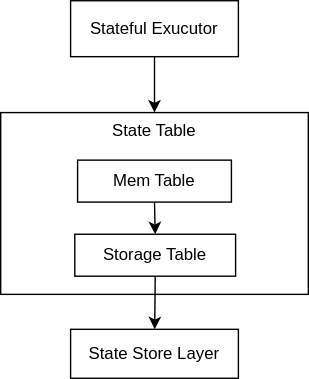
This is docs/images/relational-table-layer/relational-table-01.svg from risingwavelabs/risingwave, a draw.io export, as it was before one commit. Source tidied: cells renumbered, new cells last; positions are measured from the earlier drawing's top-left corner, leaving out a move shared by most shapes.
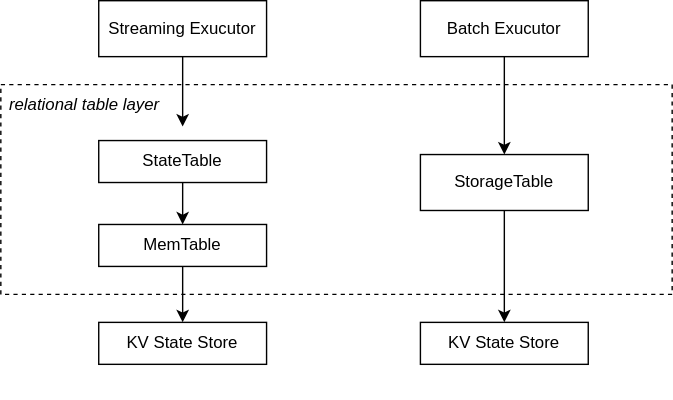
After the commit.

Change to the diagram source:
```diff
@@ -2,35 +2,57 @@
   <root>
     <mxCell id="0" />
     <mxCell id="1" parent="0" />
+    <mxCell id="12" style="rounded=0;whiteSpace=wrap;html=1;dashed=1;" parent="1" vertex="1">
+      <mxGeometry x="-20" y="60" width="480" height="150" as="geometry" />
+    </mxCell>
-    <mxCell id="2" style="edgeStyle=orthogonalEdgeStyle;rounded=0;jettySize=auto;html=1;exitX=0.5;exitY=1;exitDx=0;exitDy=0;" parent="1" edge="1" source="3" target="4">
-      <mxGeometry relative="1" as="geometry" />
+    <mxCell id="2" style="edgeStyle=orthogonalEdgeStyle;rounded=0;jettySize=auto;html=1;exitX=0.5;exitY=1;exitDx=0;exitDy=0;" parent="1" edge="1" source="3">
+      <mxGeometry relative="1" as="geometry">
+        <mxPoint x="110" y="90" as="targetPoint" />
+      </mxGeometry>
     </mxCell>
-    <mxCell id="3" value="Stateful Exucutor" style="rounded=0;whiteSpace=wrap;html=1;" parent="1" vertex="1">
+    <mxCell id="3" value="Streaming Exucutor" style="rounded=0;whiteSpace=wrap;html=1;" parent="1" vertex="1">
       <mxGeometry x="50" width="120" height="40" as="geometry" />
     </mxCell>
-    <mxCell id="4" style="rounded=0;whiteSpace=wrap;html=1;" parent="1" vertex="1">
-      <mxGeometry y="80" width="220" height="130" as="geometry" />
-    </mxCell>
-    <mxCell id="5" value="Mem Table" style="rounded=0;whiteSpace=wrap;html=1;" parent="1" vertex="1">
-      <mxGeometry x="55" y="114" width="110" height="30" as="geometry" />
-    </mxCell>
-    <mxCell id="6" value="Storage Table" style="rounded=0;whiteSpace=wrap;html=1;" parent="1" vertex="1">
-      <mxGeometry x="53" y="167" width="115" height="30" as="geometry" />
-    </mxCell>
-    <mxCell id="7" value="State Table" style="text;html=1;strokeColor=none;fillColor=none;align=center;verticalAlign=middle;whiteSpace=wrap;rounded=0;" parent="1" vertex="1">
-      <mxGeometry x="70" y="83" width="80" height="20" as="geometry" />
-    </mxCell>
-    <mxCell id="8" value="State Store Layer" style="rounded=0;whiteSpace=wrap;html=1;" parent="1" vertex="1">
-      <mxGeometry x="50" y="235" width="120" height="35" as="geometry" />
-    </mxCell>
-    <mxCell id="9" style="edgeStyle=orthogonalEdgeStyle;rounded=0;orthogonalLoop=1;jettySize=auto;html=1;exitX=0.5;exitY=1;exitDx=0;exitDy=0;" parent="1" edge="1" source="6" target="6">
-      <mxGeometry relative="1" as="geometry" />
+    <mxCell id="9" style="edgeStyle=orthogonalEdgeStyle;rounded=0;orthogonalLoop=1;jettySize=auto;html=1;exitX=0.5;exitY=1;exitDx=0;exitDy=0;" parent="1" edge="1">
+      <mxGeometry relative="1" as="geometry">
+        <mxPoint x="110.5" y="277" as="sourcePoint" />
+        <mxPoint x="110.5" y="277" as="targetPoint" />
+      </mxGeometry>
     </mxCell>
-    <mxCell id="10" style="endArrow=classic;html=1;rounded=0;exitX=0.5;exitY=1;exitDx=0;exitDy=0;entryX=0.5;entryY=0;entryDx=0;entryDy=0;" parent="1" edge="1" source="5" target="6">
-      <mxGeometry relative="1" as="geometry" />
-    </mxCell>
-    <mxCell id="11" style="endArrow=classic;html=1;rounded=0;exitX=0.5;exitY=1;exitDx=0;exitDy=0;" parent="1" edge="1" source="6" target="8">
-      <mxGeometry relative="1" as="geometry" />
-    </mxCell>
+    <mxCell id="13" style="edgeStyle=orthogonalEdgeStyle;rounded=0;jettySize=auto;html=1;exitX=0.5;exitY=1;exitDx=0;exitDy=0;entryX=0.5;entryY=0;entryDx=0;entryDy=0;" parent="1" edge="1" source="14" target="16">
+      <mxGeometry relative="1" as="geometry" />
+    </mxCell>
+    <mxCell id="14" value="StateTable" style="rounded=0;whiteSpace=wrap;html=1;" parent="1" vertex="1">
+      <mxGeometry x="50" y="100" width="120" height="30" as="geometry" />
+    </mxCell>
+    <mxCell id="15" style="edgeStyle=orthogonalEdgeStyle;rounded=0;jettySize=auto;html=1;exitX=0.5;exitY=1;exitDx=0;exitDy=0;" parent="1" edge="1" source="16">
+      <mxGeometry relative="1" as="geometry">
+        <mxPoint x="110" y="230" as="targetPoint" />
+      </mxGeometry>
+    </mxCell>
+    <mxCell id="16" value="MemTable" style="rounded=0;whiteSpace=wrap;html=1;" parent="1" vertex="1">
+      <mxGeometry x="50" y="160" width="120" height="30" as="geometry" />
+    </mxCell>
+    <mxCell id="17" value="KV State Store" style="rounded=0;whiteSpace=wrap;html=1;" parent="1" vertex="1">
+      <mxGeometry x="50" y="230" width="120" height="30" as="geometry" />
+    </mxCell>
+    <mxCell id="18" style="edgeStyle=orthogonalEdgeStyle;rounded=0;jettySize=auto;html=1;exitX=0.5;exitY=1;exitDx=0;exitDy=0;entryX=0.5;entryY=0;entryDx=0;entryDy=0;" parent="1" edge="1" source="19" target="21">
+      <mxGeometry relative="1" as="geometry" />
+    </mxCell>
+    <mxCell id="19" value="Batch Exucutor" style="rounded=0;whiteSpace=wrap;html=1;" parent="1" vertex="1">
+      <mxGeometry x="280" width="120" height="40" as="geometry" />
+    </mxCell>
+    <mxCell id="20" style="edgeStyle=orthogonalEdgeStyle;rounded=0;jettySize=auto;html=1;exitX=0.5;exitY=1;exitDx=0;exitDy=0;entryX=0.5;entryY=0;entryDx=0;entryDy=0;" parent="1" edge="1" source="21" target="22">
+      <mxGeometry relative="1" as="geometry" />
+    </mxCell>
+    <mxCell id="21" value="StorageTable" style="rounded=0;whiteSpace=wrap;html=1;" parent="1" vertex="1">
+      <mxGeometry x="280" y="110" width="120" height="40" as="geometry" />
+    </mxCell>
+    <mxCell id="22" value="KV State Store" style="rounded=0;whiteSpace=wrap;html=1;" parent="1" vertex="1">
+      <mxGeometry x="280" y="230" width="120" height="30" as="geometry" />
+    </mxCell>
+    <mxCell id="23" value="&lt;i&gt;relational table layer&lt;/i&gt;" style="text;html=1;strokeColor=none;fillColor=none;align=center;verticalAlign=middle;whiteSpace=wrap;rounded=0;dashed=1;" parent="1" vertex="1">
+      <mxGeometry x="-20" y="60" width="120" height="30" as="geometry" />
+    </mxCell>
   </root>
 </mxGraphModel>
```
